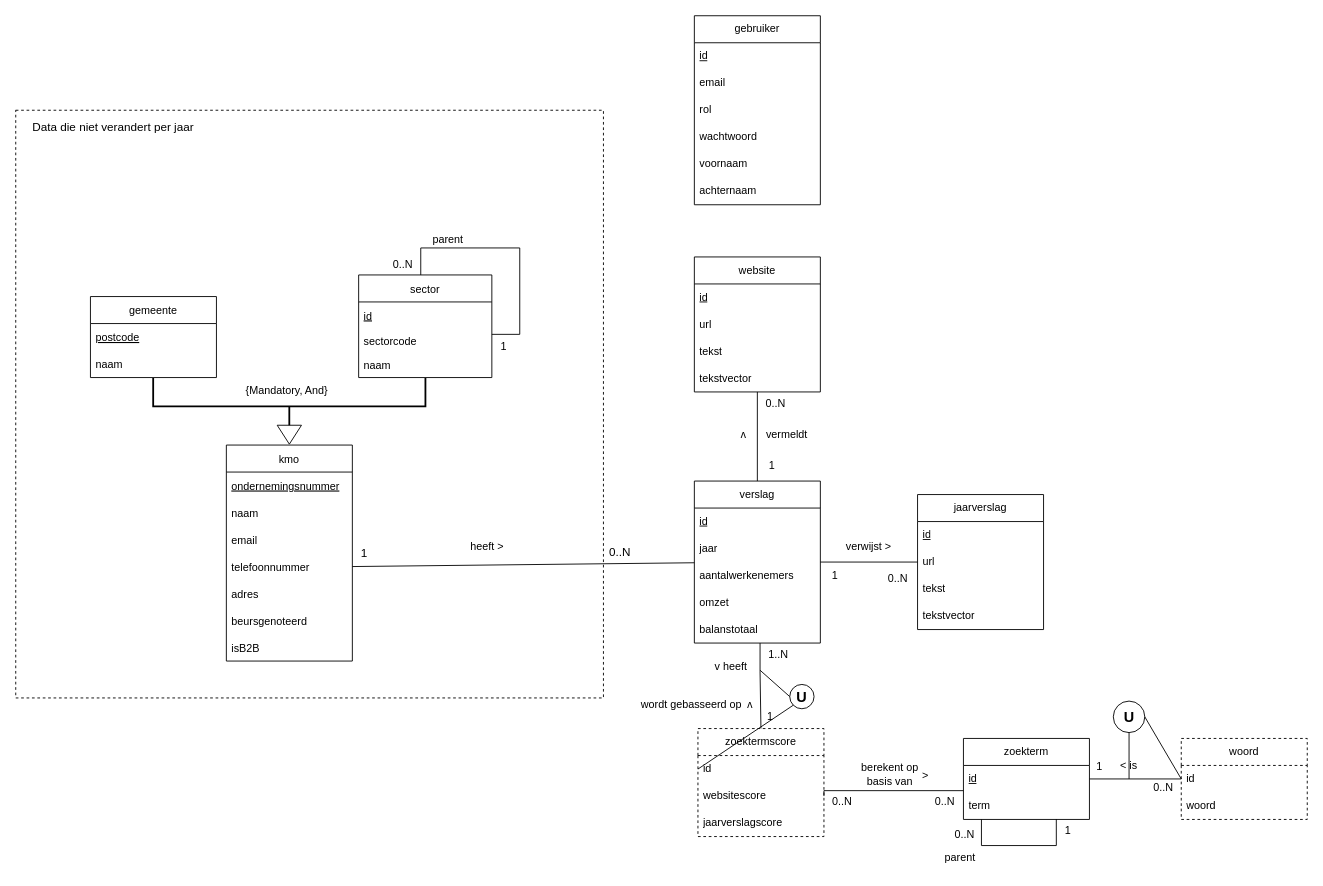
Before: Analyse/EERD/EERD - Data Engineering Project 2.drawio in SiebeVCHoGent/DataEngineeringP2, a draw.io diagram. Source tidied: cells renumbered, new cells numbered last; positions are measured from the earlier drawing's top-left corner, leaving out a move shared by most shapes. Both pictures are drawn from the tidied source at 90%, with x=0, y=0 at pixel (15, 15).
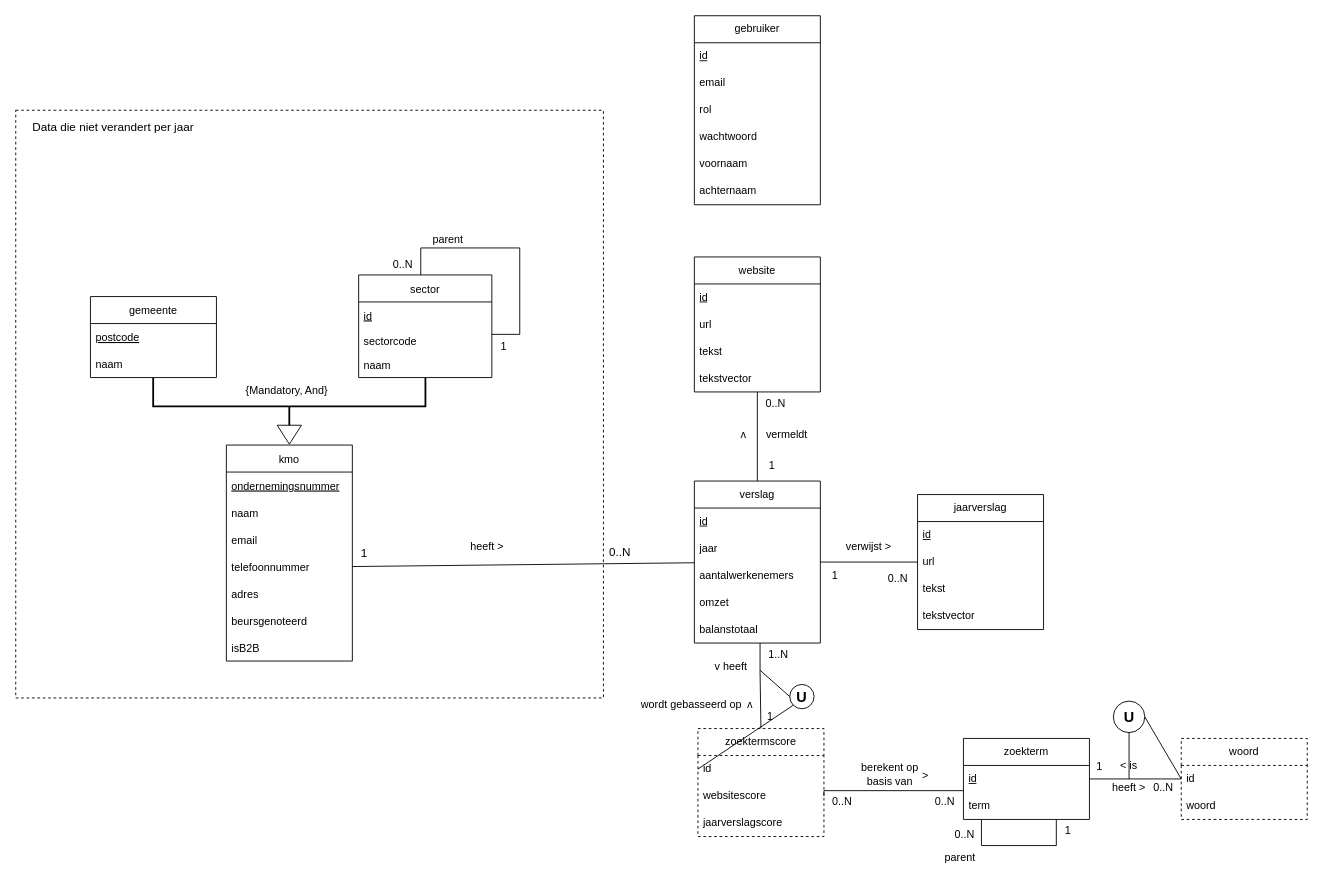
After the change.

Diff of the diagram source:
```diff
@@
+    <mxCell id="99" value="heeft &amp;gt;" style="text;html=1;strokeColor=none;fillColor=none;align=center;verticalAlign=middle;whiteSpace=wrap;rounded=0;" parent="1" vertex="1">
+      <mxGeometry x="1207" y="842.5" width="60" height="31" as="geometry" />
+    </mxCell>
```
